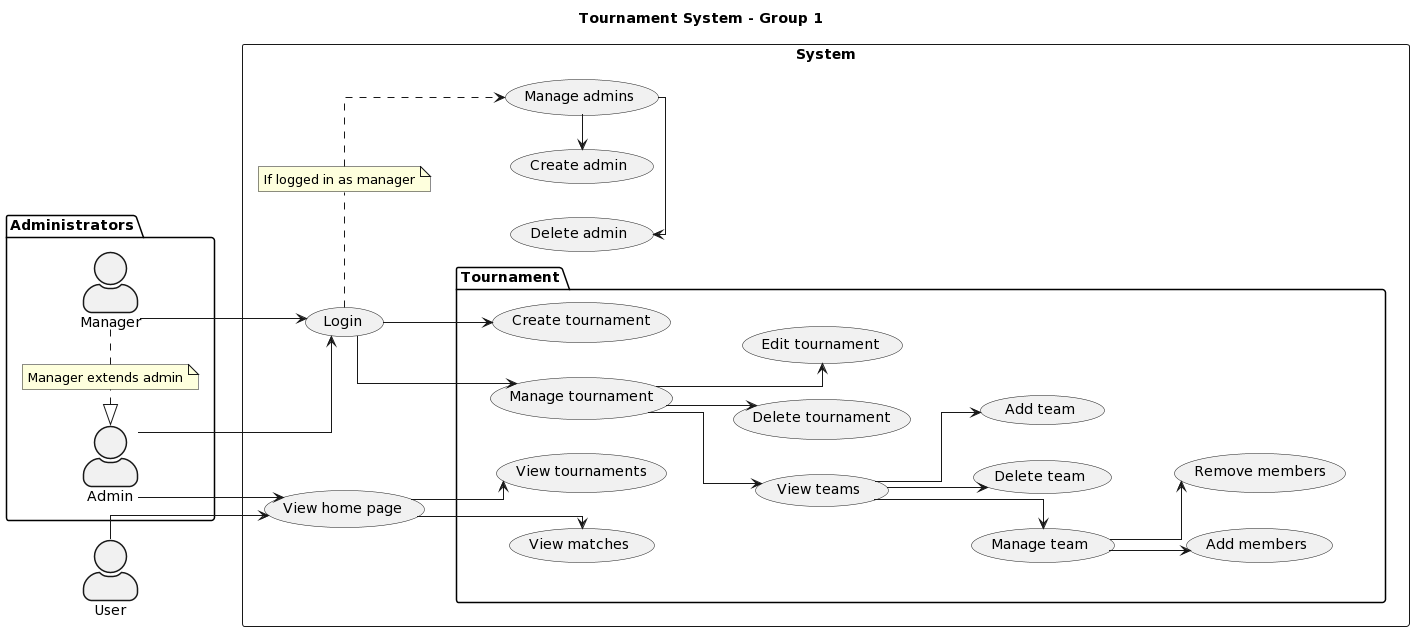
Above: documentation/renders/useCaseDiagram.png in felixalbrigtsen/asura-tmdb (PlantUML), before the change. The source it was exported from:
```plantuml
@startuml
title Tournament System - Group 1

skinparam actorStyle awesome
skinparam linetype ortho

package Administrators {
    actor Manager as mgr
    actor Admin as adm

    note "Manager extends admin" as MgrNote
    mgr .l. MgrNote
    MgrNote .l.|> adm
}

actor User as u1

left to right direction
rectangle System {
    usecase "Login" as SysLogin
    usecase "Manage admins" as SysMngAdm

        usecase "Create admin" as SysCrtAdm
        usecase "Delete admin" as SysDelAdm

    usecase "View home page" as HomeView

    package Tournament {
        usecase "Manage tournament" as MngTou
        usecase "Create tournament" as TouCreateT
        together {
            usecase "Edit tournament" as TouEdit
            usecase "Delete tournament" as TouDelete
            usecase "View teams" as TeamView
        }
        together {
            usecase "Add team" as TeamAdd
            usecase "Delete team" as TeamDel
            usecase "Manage team" as TeamMng
            usecase "Add members" as MembAdd
            usecase "Remove members" as MembDel
        }
        together {
            usecase "View tournaments" as TouVtou
            usecase "View matches" as TouVmatch
        }
    }

    note "If logged in as manager" as SysCrtAdmNote
    SysLogin .r. SysCrtAdmNote
    SysCrtAdmNote ..> SysMngAdm
}

mgr --> SysLogin

adm --> SysLogin
adm --> HomeView

u1 --> HomeView

SysLogin --> MngTou
SysLogin --> TouCreateT

SysMngAdm -l--> SysCrtAdm
SysMngAdm -l--> SysDelAdm

MngTou --> TouEdit
MngTou --> TouDelete
MngTou --> TeamView

TeamView --> TeamAdd
TeamView --> TeamDel
TeamView --> TeamMng

TeamMng --> MembAdd
TeamMng --> MembDel


HomeView --> TouVtou
HomeView --> TouVmatch
@enduml
```
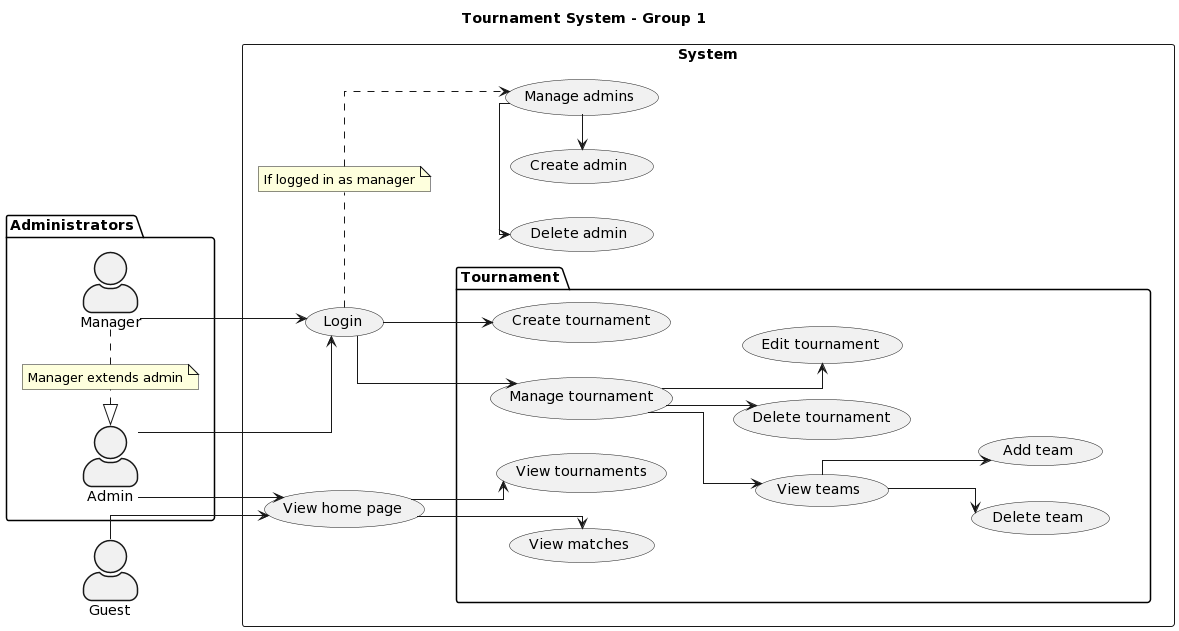
Later version of the same file.

What changed in the source:
```diff
@@ -13,7 +13,7 @@
     MgrNote .l.|> adm
 }
 
-actor User as u1
+actor Guest
 
 left to right direction
 rectangle System {
@@ -36,9 +36,6 @@
         together {
             usecase "Add team" as TeamAdd
             usecase "Delete team" as TeamDel
-            usecase "Manage team" as TeamMng
-            usecase "Add members" as MembAdd
-            usecase "Remove members" as MembDel
         }
         together {
             usecase "View tournaments" as TouVtou
@@ -56,7 +53,7 @@
 adm --> SysLogin
 adm --> HomeView
 
-u1 --> HomeView
+Guest --> HomeView
 
 SysLogin --> MngTou
 SysLogin --> TouCreateT
@@ -70,11 +67,6 @@
 
 TeamView --> TeamAdd
 TeamView --> TeamDel
-TeamView --> TeamMng
-
-TeamMng --> MembAdd
-TeamMng --> MembDel
-
 
 HomeView --> TouVtou
 HomeView --> TouVmatch
```
